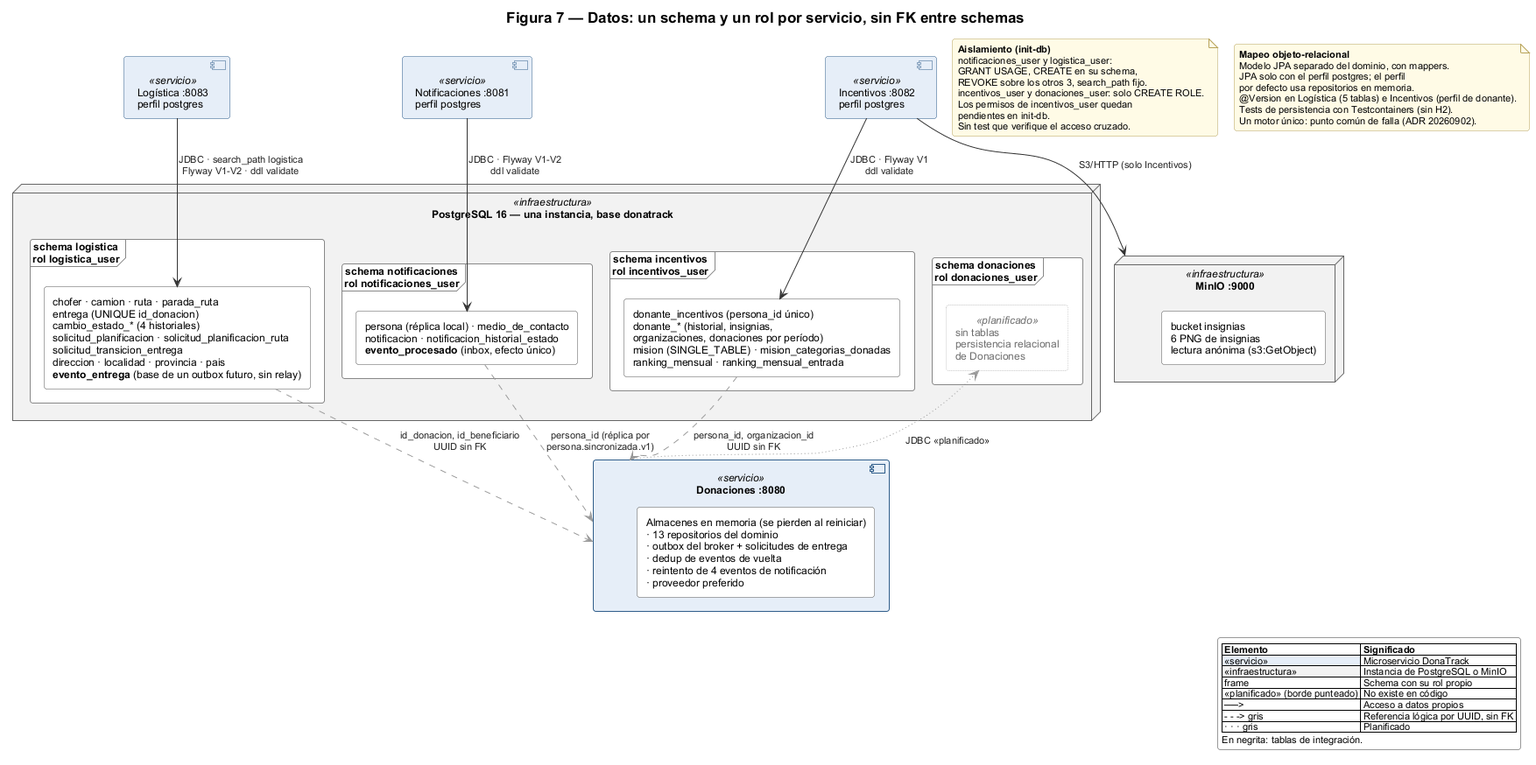
Earlier version of the PlantUML export docs/entrega-4/arquitectura/diagramas/07-datos.png (tsorren/DonaTrack-TP-DDS).
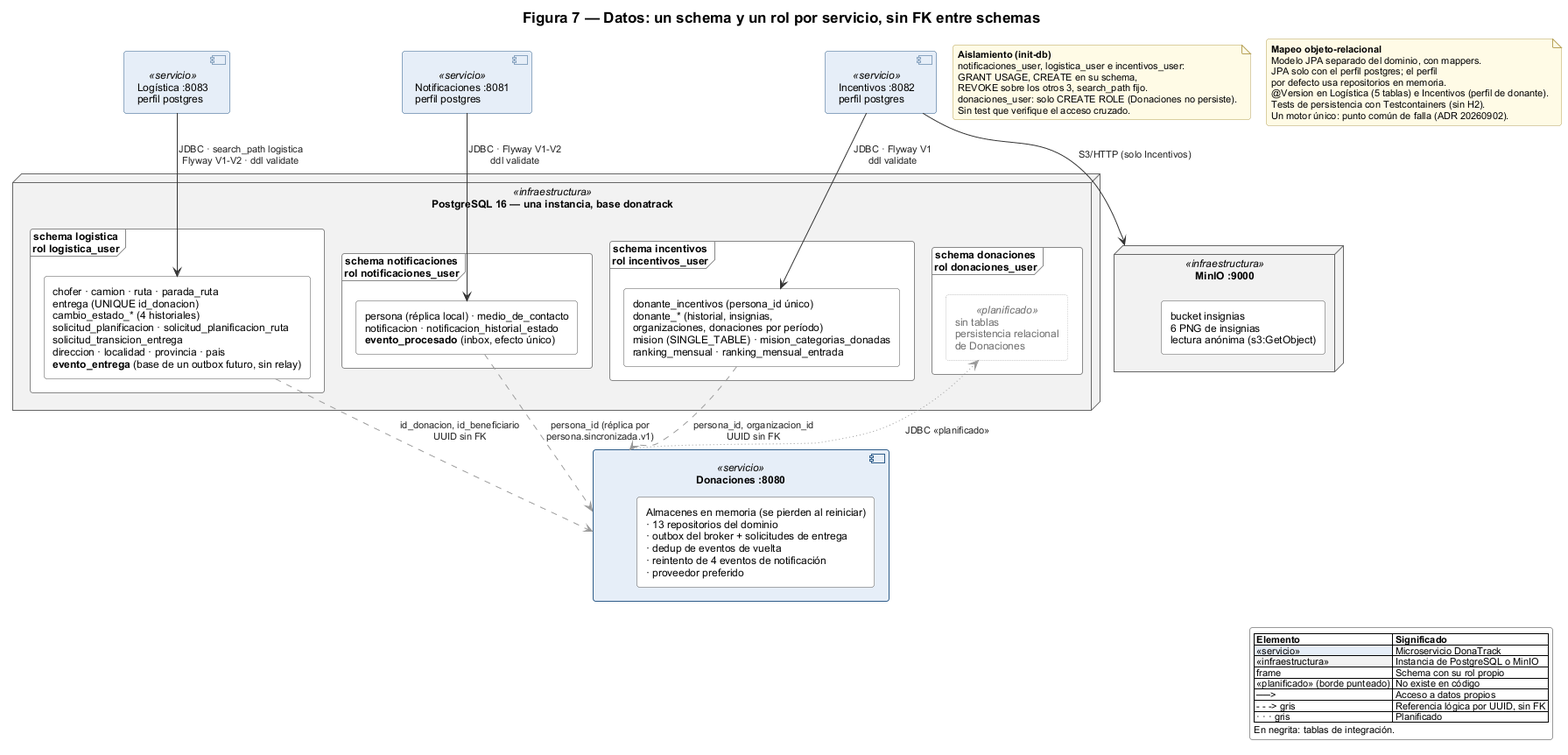
The same diagram one commit later.

Commit message:
docs(entrega-4): Figura 7 refleja los permisos de incentivos_user tras #889

Diff of the diagram source:
```diff
@@ -43,12 +43,10 @@
 
 note as nRoles
   **Aislamiento (init-db)**
-  notificaciones_user y logistica_user:
+  notificaciones_user, logistica_user e incentivos_user:
   GRANT USAGE, CREATE en su schema,
   REVOKE sobre los otros 3, search_path fijo.
-  incentivos_user y donaciones_user: solo CREATE ROLE.
-  Los permisos de incentivos_user quedan
-  pendientes en init-db.
+  donaciones_user: solo CREATE ROLE (Donaciones no persiste).
   Sin test que verifique el acceso cruzado.
 end note
 
```
